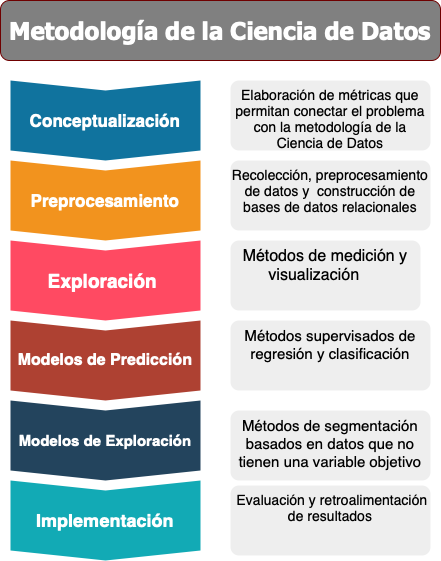
Earlier version of the draw.io export Códigos/metodologia.drawio.png (Andres1984/Data-Analysis-with-R). Source tidied: cells renumbered, new cells last; positions are measured from the earlier drawing's top-left corner, leaving out a move shared by most shapes.
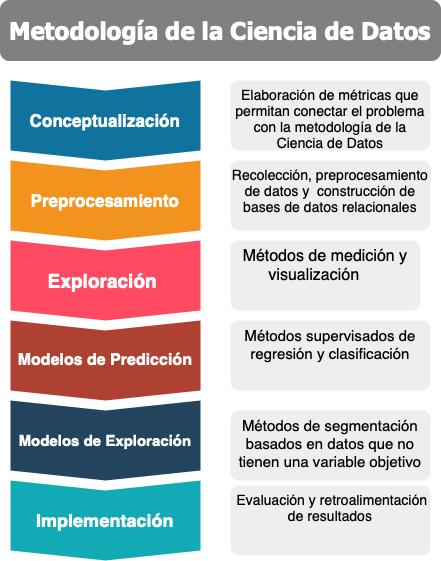
After the commit.

Change to the diagram source:
```diff
@@ -2,7 +2,7 @@
   <root>
     <mxCell id="0" />
     <mxCell id="1" parent="0" />
-    <mxCell id="2" value="&lt;font face=&quot;Tahoma&quot; size=&quot;1&quot;&gt;&lt;b style=&quot;font-size: 24px;&quot;&gt;Metodología de la Ciencia de Datos&lt;/b&gt;&lt;/font&gt;" style="rounded=1;whiteSpace=wrap;html=1;strokeWidth=1;fillColor=#808080;fontColor=#ffffff;strokeColor=#6F0000;" parent="1" vertex="1">
+    <mxCell id="2" value="&lt;font face=&quot;Tahoma&quot; size=&quot;1&quot;&gt;&lt;b style=&quot;font-size: 24px;&quot;&gt;Metodología de la Ciencia de Datos&lt;/b&gt;&lt;/font&gt;" style="rounded=1;whiteSpace=wrap;html=1;strokeWidth=1;fillColor=#808080;fontColor=#ffffff;strokeColor=#808080;" parent="1" vertex="1">
       <mxGeometry width="440" height="60" as="geometry" />
     </mxCell>
     <mxCell id="3" value="&lt;b style=&quot;border-color: var(--border-color); caret-color: rgb(16, 115, 158);&quot;&gt;&lt;font style=&quot;font-size: 17px;&quot; color=&quot;#ffffff&quot;&gt;Conceptualización&lt;/font&gt;&lt;/b&gt;" style="shape=step;perimeter=stepPerimeter;whiteSpace=wrap;html=1;fixedSize=1;size=10;direction=south;fillColor=#10739E;strokeColor=none;rounded=0;" parent="1" vertex="1">
```
